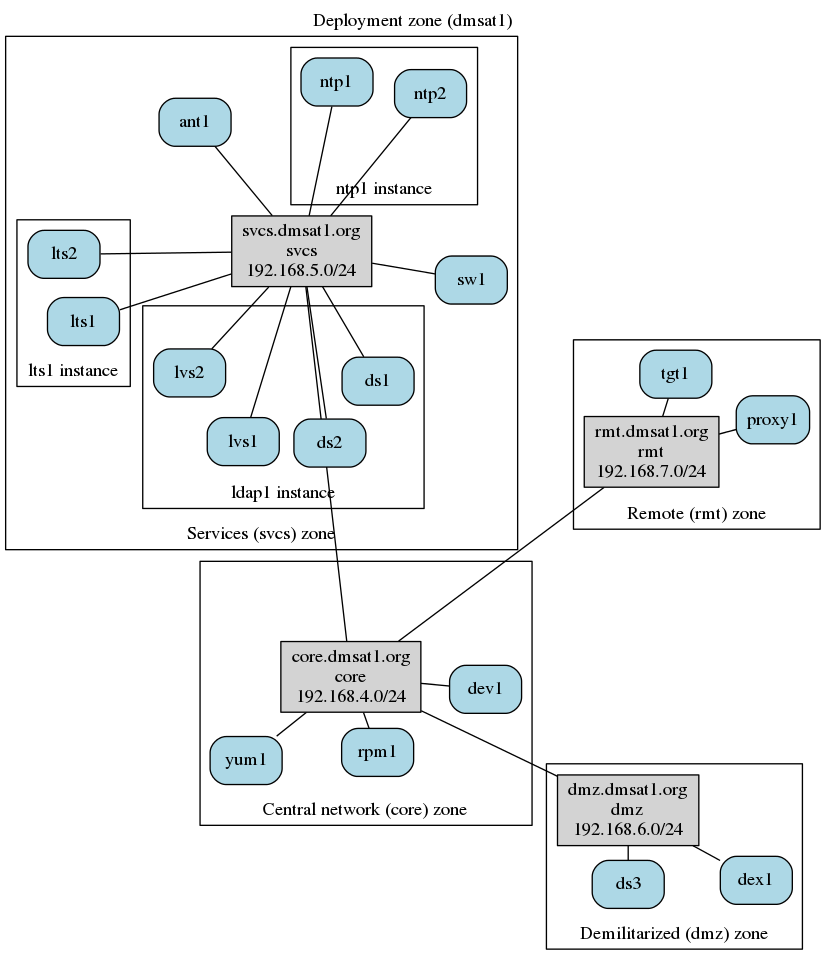
The Graphviz diagram puppet-guide/en-US/images/dnet.png in epienbroek/msat, before a commit. Its source is kept beside it as puppet-guide/en-US/images/dnet.dot. Its diagram source:
```dot
graph cluster_dev_network {
  fillcolor   = "white";
  label       = "Deployment zone (dmsat1)";
  labelloc    = "top";
  outputorder = "edgesfirst";
  packmode    = "node";
  style       = "filled";

  subgraph cluster_svcs {
    fillcolor = "white";
    label     = "Services (svcs) zone";
    labelloc  = "bottom";
    style     = "filled";

    svcs [
      fillcolor = "lightgray",
      label     = "svcs.dmsat1.org\nsvcs\n192.168.5.0/24";
      shape     = "box",
      style     = "filled",
    ];

    ant1 [
      fillcolor = "lightblue",
      shape     = "box",
      style     = "filled,rounded",
    ];

    subgraph cluster_ntp1 {
      fillcolor = "white";
      label     = "ntp1 instance";
      labelloc  = "bottom";
      style     = "filled";

      ntp1 [
	fillcolor = "lightblue",
	shape     = "box",
	style     = "filled,rounded",
      ];

      ntp2 [
	fillcolor = "lightblue",
	shape     = "box",
	style     = "filled,rounded",
      ];
    }

    subgraph cluster_ldap1 {
      fillcolor = "white";
      label     = "ldap1 instance";
      labelloc  = "bottom";
      style     = "filled";

      ds1 [
	fillcolor = "lightblue",
	shape     = "box",
	style     = "filled,rounded",
      ];

      ds2 [
	fillcolor = "lightblue",
	shape     = "box",
	style     = "filled,rounded",
      ];

      lvs1 [
	fillcolor = "lightblue",
	shape     = "box",
	style     = "filled,rounded",
      ];

      lvs2 [
	fillcolor = "lightblue",
	shape     = "box",
	style     = "filled,rounded",
      ];
    }

    subgraph cluster_lts1 {
      fillcolor = "white";
      label     = "lts1 instance";
      labelloc  = "bottom";
      style     = "filled";

      lts1 [
	fillcolor = "lightblue",
	shape     = "box",
	style     = "filled,rounded",
      ];

      lts2 [
	fillcolor = "lightblue",
	shape     = "box",
	style     = "filled,rounded",
      ];
    } // cluster_lts1

    sw1 [
      fillcolor = "lightblue",
      shape     = "box",
      style     = "filled,rounded",
    ];

    svcs -- ant1;
    svcs -- ntp1;
    svcs -- ntp2;
    svcs -- ds1;
    svcs -- ds2;
    svcs -- lvs1;
    svcs -- lvs2;
    svcs -- lts1;
    svcs -- lts2;
    svcs -- sw1;
  } // cluster_svcs

  subgraph cluster_rmt {
    fillcolor = "white";
    label     = "Remote (rmt) zone";
    labelloc  = "bottom";
    style     = "filled";

    rmt [
      fillcolor = "lightgray",
      label     = "rmt.dmsat1.org\nrmt\n192.168.7.0/24";
      shape     = "box",
      style     = "filled",
    ];

    proxy1 [
      fillcolor = "lightblue",
      shape     = "box",
      style     = "filled,rounded",
    ];

    tgt1 [
      fillcolor = "lightblue",
      shape     = "box",
      style     = "filled,rounded",
    ];

    rmt -- proxy1;
    rmt -- tgt1;
  } // cluster_rmt

  subgraph cluster_dmz {
    fillcolor = "white";
    label     = "Demilitarized (dmz) zone";
    labelloc  = "bottom";
    style     = "filled";

    dmz [
      fillcolor = "lightgray",
      label     = "dmz.dmsat1.org\ndmz\n192.168.6.0/24";
      shape     = "box",
      style     = "filled",
    ];

    ds3 [
      fillcolor = "lightblue",
      shape     = "box",
      style     = "filled,rounded",
    ];

    dex1 [
      fillcolor = "lightblue",
      shape     = "box",
      style     = "filled,rounded",
    ];

    dmz -- ds3;
    dmz -- dex1;
  } // cluster_dmz

  subgraph cluster_core {
    fillcolor = "white";
    label     = "Central network (core) zone";
    labelloc  = "bottom";
    style     = "filled";

    core [
      fillcolor = "lightgray",
      label     = "core.dmsat1.org\ncore\n192.168.4.0/24";
      shape     = "box",
      style     = "filled",
    ];

    dev1 [
      fillcolor = "lightblue",
      shape     = "box",
      style     = "filled,rounded",
    ];

    rpm1 [
      fillcolor = "lightblue",
      shape     = "box",
      style     = "filled,rounded",
    ];

    yum1 [
      fillcolor = "lightblue",
      shape     = "box",
      style     = "filled,rounded",
    ];

    core -- dev1;
    core -- rpm1;
    core -- yum1;
  } // cluster_core

  core -- svcs;
  core -- rmt;
  core -- dmz;
} // dev_network
```
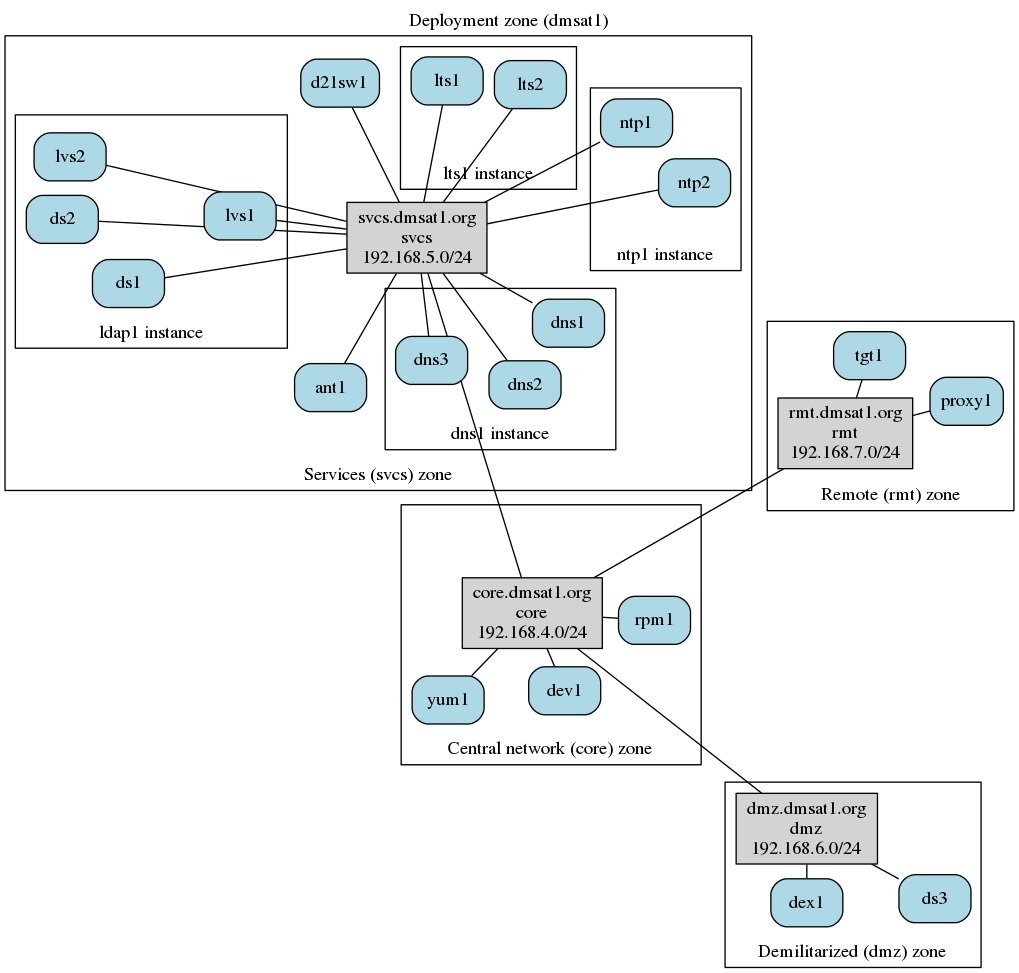
After the change.

Change to the diagram source:
```diff
@@ -38,6 +38,31 @@
       ];
 
       ntp2 [
+	fillcolor = "lightblue",
+	shape     = "box",
+	style     = "filled,rounded",
+      ];
+    }
+
+    subgraph cluster_dns1 {
+      fillcolor = "white";
+      label     = "dns1 instance";
+      labelloc  = "bottom";
+      style     = "filled";
+
+      dns1 [
+	fillcolor = "lightblue",
+	shape     = "box",
+	style     = "filled,rounded",
+      ];
+
+      dns2 [
+	fillcolor = "lightblue",
+	shape     = "box",
+	style     = "filled,rounded",
+      ];
+
+      dns3 [
 	fillcolor = "lightblue",
 	shape     = "box",
 	style     = "filled,rounded",
@@ -94,7 +119,7 @@
       ];
     } // cluster_lts1
 
-    sw1 [
+    d21sw1 [
       fillcolor = "lightblue",
       shape     = "box",
       style     = "filled,rounded",
@@ -103,13 +128,16 @@
     svcs -- ant1;
     svcs -- ntp1;
     svcs -- ntp2;
+    svcs -- dns1;
+    svcs -- dns2;
+    svcs -- dns3;
     svcs -- ds1;
     svcs -- ds2;
     svcs -- lvs1;
     svcs -- lvs2;
     svcs -- lts1;
     svcs -- lts2;
-    svcs -- sw1;
+    svcs -- d21sw1;
   } // cluster_svcs
 
   subgraph cluster_rmt {
```
